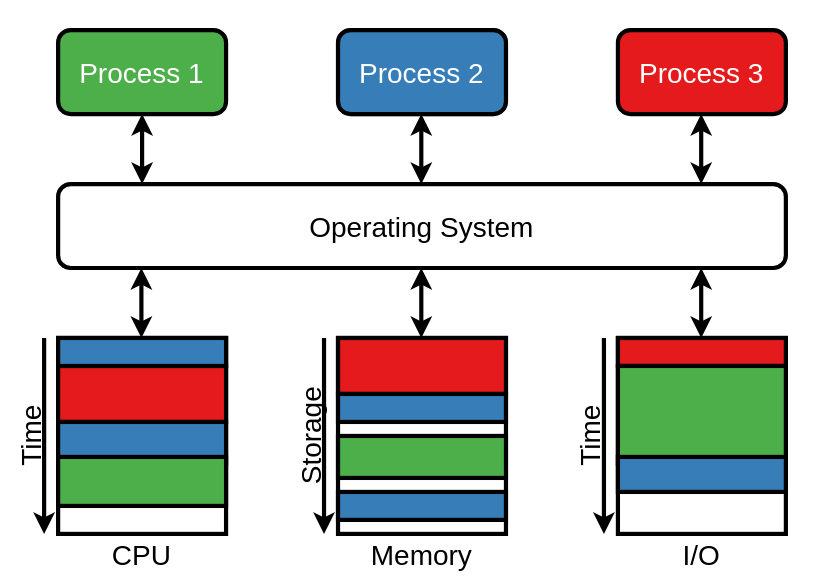
The draw.io diagram content/chapters/compute/lecture/media/scheduling-overview.svg in VladNastase/operating-systems, before a commit. Source tidied: cells renumbered, new cells last; positions are measured from the earlier drawing's top-left corner, leaving out a move shared by most shapes.
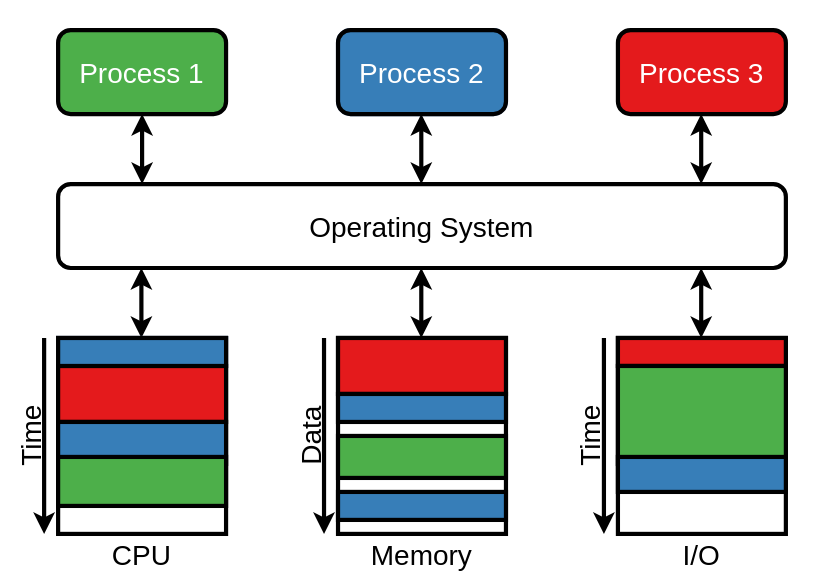
The same diagram one commit later.

The edit, as a diff of the source:
```diff
@@ -115,7 +115,7 @@
         <mxPoint x="240" y="380" as="targetPoint" />
       </mxGeometry>
     </mxCell>
-    <mxCell id="31" value="&lt;div&gt;Storage&lt;/div&gt;" style="text;html=1;strokeColor=none;fillColor=none;align=center;verticalAlign=middle;whiteSpace=wrap;rounded=0;fontSize=20;rotation=-90;strokeWidth=3;" parent="1" vertex="1">
+    <mxCell id="31" value="&lt;div&gt;Data&lt;/div&gt;" style="text;html=1;strokeColor=none;fillColor=none;align=center;verticalAlign=middle;whiteSpace=wrap;rounded=0;fontSize=20;rotation=-90;strokeWidth=3;" parent="1" vertex="1">
       <mxGeometry x="200" y="295" width="60" height="30" as="geometry" />
     </mxCell>
     <mxCell id="32" style="rounded=0;whiteSpace=wrap;html=1;fontSize=20;strokeColor=#000000;fillColor=#e41a1c;strokeWidth=3;" parent="1" vertex="1">
```
